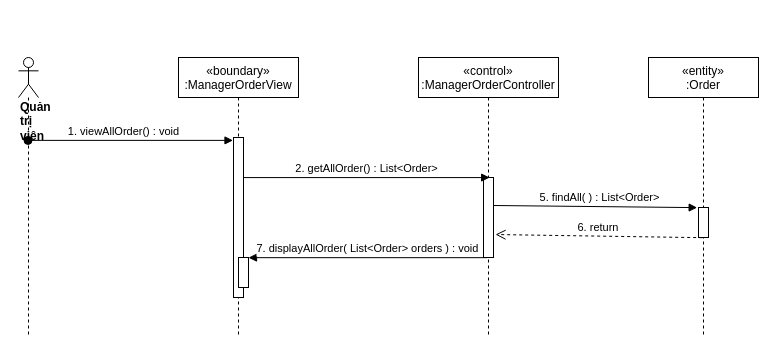
Above: sequence diagram/view-Order-manager-sequence.drawio in nguyenphamvan/datn_20202 (draw.io), before the change. Source tidied: cells renumbered, new cells numbered last; positions are measured from the earlier drawing's top-left corner, leaving out a move shared by most shapes. Both pictures are drawn from the tidied source at 100%, with x=0, y=0 at pixel (18, 57).
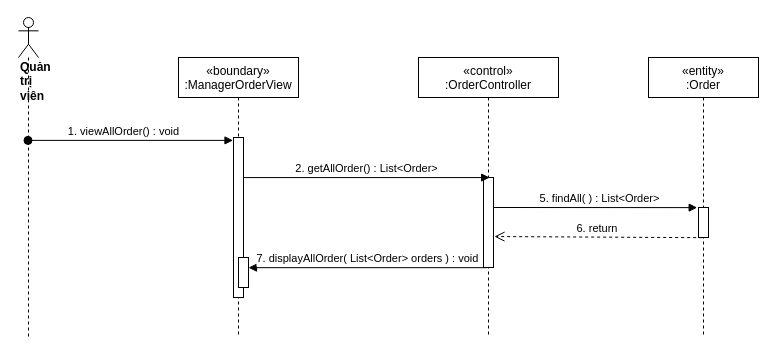
Above is the later version.

The edit, as a diff of the source:
```diff
@@
 <mxGraphModel>
   <root>
     <mxCell id="0" />
     <mxCell id="1" parent="0" />
     <mxCell id="2" value="«boundary»&#10;:ManagerOrderView" style="shape=umlLifeline;perimeter=lifelinePerimeter;rounded=0;shadow=0;strokeWidth=1;" parent="1" vertex="1">
       <mxGeometry x="160" width="120" height="280" as="geometry" />
     </mxCell>
     <mxCell id="3" style="points=[];perimeter=orthogonalPerimeter;rounded=0;shadow=0;strokeWidth=1;" parent="2" vertex="1">
       <mxGeometry x="55" y="80" width="10" height="160" as="geometry" />
     </mxCell>
     <mxCell id="4" style="html=1;points=[];perimeter=orthogonalPerimeter;" parent="2" vertex="1">
       <mxGeometry x="60" y="200" width="10" height="30" as="geometry" />
     </mxCell>
-    <mxCell id="5" value="«control»&#10;:ManagerOrderController" style="shape=umlLifeline;perimeter=lifelinePerimeter;rounded=0;shadow=0;strokeWidth=1;" parent="1" vertex="1">
+    <mxCell id="5" value="«control»&#10;:OrderController" style="shape=umlLifeline;perimeter=lifelinePerimeter;rounded=0;shadow=0;strokeWidth=1;" parent="1" vertex="1">
       <mxGeometry x="400" width="140" height="280" as="geometry" />
     </mxCell>
     <mxCell id="6" style="points=[];perimeter=orthogonalPerimeter;rounded=0;shadow=0;strokeWidth=1;" parent="5" vertex="1">
-      <mxGeometry x="65" y="120" width="10" height="80" as="geometry" />
+      <mxGeometry x="65" y="120" width="10" height="90" as="geometry" />
     </mxCell>
     <mxCell id="7" value="&lt;div&gt;&lt;b&gt;Quản trị viên&lt;/b&gt;&lt;/div&gt;" style="shape=umlLifeline;participant=umlActor;perimeter=lifelinePerimeter;whiteSpace=wrap;html=1;verticalAlign=top;spacingTop=36;outlineConnect=0;align=left;" parent="1" vertex="1">
-      <mxGeometry width="20" height="280" as="geometry" />
+      <mxGeometry y="-40" width="20" height="320" as="geometry" />
     </mxCell>
     <mxCell id="8" value="1. viewAllOrder() : void" style="verticalAlign=bottom;startArrow=oval;endArrow=block;startSize=8;shadow=0;strokeWidth=1;entryX=-0.05;entryY=0.018;entryDx=0;entryDy=0;entryPerimeter=0;" parent="1" edge="1" source="7" target="3">
       <mxGeometry x="-0.06" relative="1" as="geometry" />
     </mxCell>
     <mxCell id="9" value="2. getAllOrder() : List&amp;lt;Order&amp;gt;" style="html=1;verticalAlign=bottom;endArrow=block;entryX=0.617;entryY=0.001;entryDx=0;entryDy=0;entryPerimeter=0;" parent="1" edge="1" source="3" target="6">
       <mxGeometry relative="1" as="geometry" />
     </mxCell>
     <mxCell id="10" value="«entity»&#10;:Order" style="shape=umlLifeline;perimeter=lifelinePerimeter;rounded=0;shadow=0;strokeWidth=1;" parent="1" vertex="1">
       <mxGeometry x="630" width="110" height="280" as="geometry" />
     </mxCell>
     <mxCell id="11" style="points=[];perimeter=orthogonalPerimeter;rounded=0;shadow=0;strokeWidth=1;" parent="10" vertex="1">
       <mxGeometry x="50" y="150" width="10" height="30" as="geometry" />
     </mxCell>
-    <mxCell id="12" value="5. findAll( ) : List&amp;lt;Order&amp;gt;" style="html=1;verticalAlign=bottom;endArrow=block;entryX=-0.133;entryY=0.004;entryDx=0;entryDy=0;entryPerimeter=0;exitX=1;exitY=0.35;exitDx=0;exitDy=0;exitPerimeter=0;" parent="1" edge="1" source="6" target="11">
-      <mxGeometry x="0.04" relative="1" as="geometry" />
+    <mxCell id="12" value="5. findAll( ) : List&amp;lt;Order&amp;gt;" style="html=1;verticalAlign=bottom;endArrow=block;entryX=-0.133;entryY=0.004;entryDx=0;entryDy=0;entryPerimeter=0;" parent="1" edge="1" target="11">
+      <mxGeometry x="0.04" relative="1" as="geometry">
+        <mxPoint x="475" y="150" as="sourcePoint" />
+      </mxGeometry>
     </mxCell>
-    <mxCell id="13" value="6. return&amp;nbsp;" style="html=1;verticalAlign=bottom;endArrow=open;dashed=1;endSize=8;exitX=0.367;exitY=1.006;exitDx=0;exitDy=0;exitPerimeter=0;entryX=1.2;entryY=0.713;entryDx=0;entryDy=0;entryPerimeter=0;" parent="1" edge="1" source="11" target="6">
+    <mxCell id="13" value="6. return&amp;nbsp;" style="html=1;verticalAlign=bottom;endArrow=open;dashed=1;endSize=8;exitX=0.367;exitY=1.006;exitDx=0;exitDy=0;exitPerimeter=0;entryX=1.1;entryY=0.656;entryDx=0;entryDy=0;entryPerimeter=0;" parent="1" edge="1" source="11" target="6">
       <mxGeometry relative="1" as="geometry" />
     </mxCell>
     <mxCell id="14" value="7. displayAllOrder( List&lt;Order&gt; orders ) : void" style="verticalAlign=bottom;endArrow=block;shadow=0;strokeWidth=1;exitX=0.34;exitY=1.002;exitDx=0;exitDy=0;exitPerimeter=0;" parent="1" edge="1" source="6" target="4">
       <mxGeometry relative="1" as="geometry" />
     </mxCell>
   </root>
 </mxGraphModel>
```
